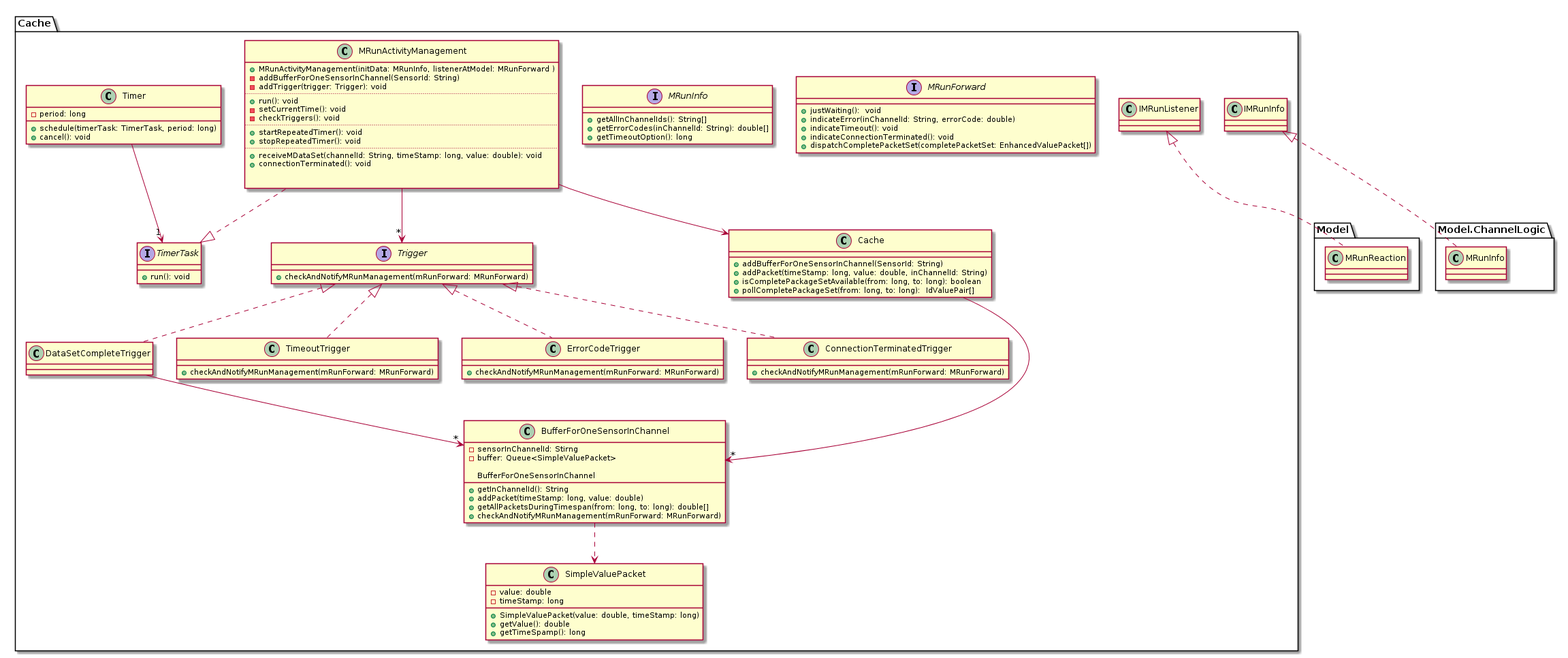
The PlantUML diagram 2-Entwurf/2-Entwicklung/src/edu/kit/freejdaq/cache/classDiagramCache.png in osl2/DAQ-Documents, before a commit.
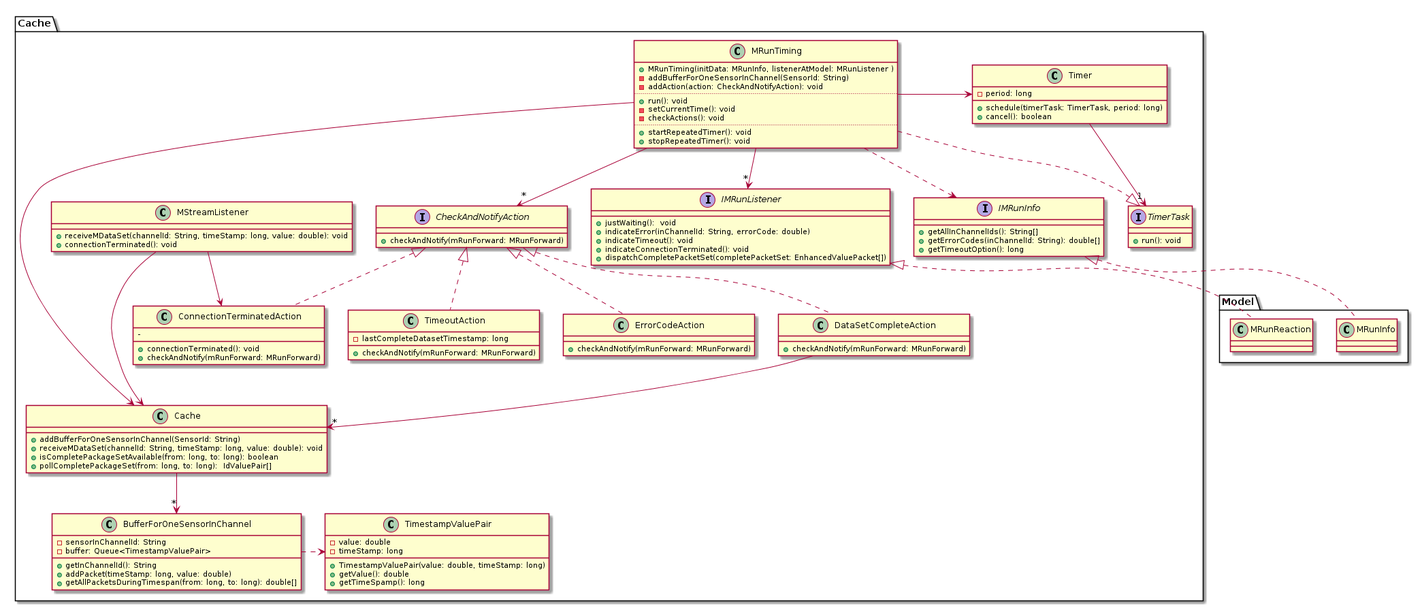
After the commit.

Commit message:
Cache weiterentwickelt. Ausserdem: Anordnung im Backend ist jetzt nicht mehr vertikal, sondern horizontal.

The edit, as a diff of the source:
```diff
@@ -1,89 +1,98 @@
 @startuml
 namespace Cache {
-class MRunActivityManagement {
-	+ MRunActivityManagement(initData: MRunInfo, listenerAtModel: MRunForward )
+
+class MStreamListener {
+	+ receiveMDataSet(channelId: String, timeStamp: long, value: double): void
+	+ connectionTerminated(): void
+}
+
+
+class MRunTiming {
+	+ MRunTiming(initData: MRunInfo, listenerAtModel: MRunListener )
 	- addBufferForOneSensorInChannel(SensorId: String)
-	- addTrigger(trigger: Trigger): void
+	- addAction(action: CheckAndNotifyAction): void
 	..
 	+ run(): void
 	- setCurrentTime(): void
-	- checkTriggers(): void
+	- checkActions(): void
 	..
 	+ startRepeatedTimer(): void
 	+ stopRepeatedTimer(): void
-	..
-	+ receiveMDataSet(channelId: String, timeStamp: long, value: double): void
-	+ connectionTerminated(): void
-
-
 }
 
 class Timer {
 	-period: long
 	+schedule(timerTask: TimerTask, period: long)
-	+cancel(): void
+	+cancel(): boolean
 }
 
 class Cache{
 	+ addBufferForOneSensorInChannel(SensorId: String)
-	+ addPacket(timeStamp: long, value: double, inChannelId: String)
+	+ receiveMDataSet(channelId: String, timeStamp: long, value: double): void
 	+ isCompletePackageSetAvailable(from: long, to: long): boolean
 	+ pollCompletePackageSet(from: long, to: long):  IdValuePair[]
 }
 
 class BufferForOneSensorInChannel {
-	-sensorInChannelId: Stirng
-	-buffer: Queue<SimpleValuePacket>
-
+	-sensorInChannelId: String
+	-buffer: Queue<TimestampValuePair>
 	+getInChannelId(): String
 	+addPacket(timeStamp: long, value: double)
 	+getAllPacketsDuringTimespan(from: long, to: long): double[]
 }
 
-class SimpleValuePacket	{
+class TimestampValuePair	{
 	-value: double
 	-timeStamp: long
-	+SimpleValuePacket(value: double, timeStamp: long)
+	+TimestampValuePair(value: double, timeStamp: long)
 	+getValue(): double
 	+getTimeSpamp(): long
 }
 
-class ConnectionTerminatedTrigger {
-	+checkAndNotifyMRunManagement(mRunForward: MRunForward)
+class ConnectionTerminatedAction {
+	-
+	+ connectionTerminated(): void
+	+ checkAndNotify(mRunForward: MRunForward)
 }
 
-class TimeoutTrigger {
-	+checkAndNotifyMRunManagement(mRunForward: MRunForward)
+class TimeoutAction {
+	-lastCompleteDatasetTimestamp: long
+	+checkAndNotify(mRunForward: MRunForward)
 }
 
-class ErrorCodeTrigger {
-	+checkAndNotifyMRunManagement(mRunForward: MRunForward)
+class ErrorCodeAction {
+	+checkAndNotify(mRunForward: MRunForward)
 }
 
-class BufferForOneSensorInChannel {
-	BufferForOneSensorInChannel
-	+checkAndNotifyMRunManagement(mRunForward: MRunForward)
+class DataSetCompleteAction {
+	+checkAndNotify(mRunForward: MRunForward)
 }
 
-ConnectionTerminatedTrigger .up.|> Trigger
-TimeoutTrigger .up.|> Trigger
-ErrorCodeTrigger .up.|> Trigger
-DataSetCompleteTrigger .up.|> Trigger
+MStreamListener --> ConnectionTerminatedAction
+MStreamListener --> Cache
+ConnectionTerminatedAction .up.|> CheckAndNotifyAction
+TimeoutAction .up.|> CheckAndNotifyAction
+ErrorCodeAction .up.|> CheckAndNotifyAction
+DataSetCompleteAction .up.|> CheckAndNotifyAction
 
-MRunActivityManagement ..|> TimerTask
-Timer --> "1" TimerTask
-MRunActivityManagement --> Cache
+MRunTiming -right-> Timer
+MRunTiming .right.|> TimerTask
+Timer -down-> "1" TimerTask
+MRunTiming --> Cache
 Cache --> "*" BufferForOneSensorInChannel
-BufferForOneSensorInChannel ..> SimpleValuePacket
-MRunActivityManagement --> "*" Trigger
+BufferForOneSensorInChannel .right.> TimestampValuePair
+MRunTiming --> "*" CheckAndNotifyAction
 
-DataSetCompleteTrigger --> "*" BufferForOneSensorInChannel
+DataSetCompleteAction --> "*" Cache
 
-interface Trigger {
-	+checkAndNotifyMRunManagement(mRunForward: MRunForward)
+MRunTiming --> "*" IMRunListener
+MRunTiming ..> IMRunInfo
+
+interface CheckAndNotifyAction {
+	+checkAndNotify(mRunForward: MRunForward)
 }
 
-interface MRunForward {
+interface IMRunListener {
 	+justWaiting():  void
 	+indicateError(inChannelId: String, errorCode: double)
 	+indicateTimeout(): void
@@ -91,7 +100,7 @@
 	+dispatchCompletePacketSet(completePacketSet: EnhancedValuePacket[])
 }
 
-interface MRunInfo {
+interface IMRunInfo {
 	+getAllInChannelIds(): String[]
 	+getErrorCodes(inChannelId: String): double[]
 	+getTimeoutOption(): long
@@ -102,6 +111,7 @@
 }
 
 IMRunListener <|.. Model.MRunReaction
-IMRunInfo <|.. Model.ChannelLogic.MRunInfo
+IMRunInfo <|.. Model.MRunInfo
+
 }
 @enduml
```
